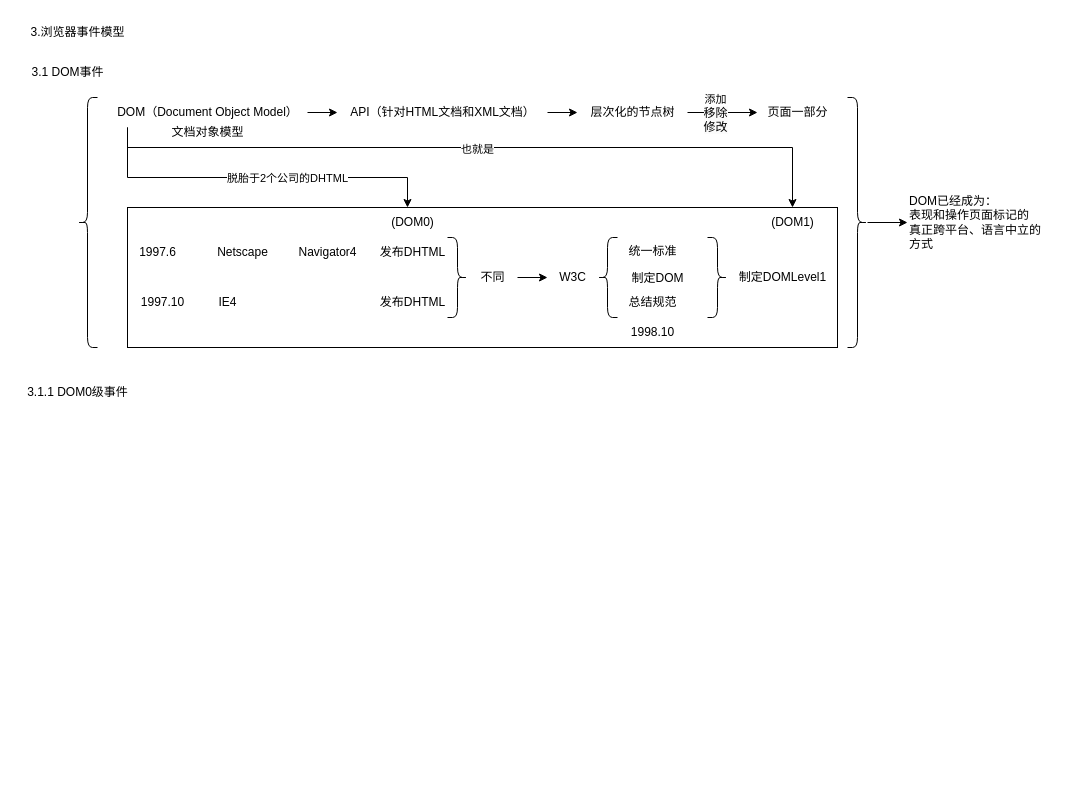
Above: page "lesson4_browser_event_model_requests-浏览器事件模型" (6 of 23) of formal_lessons/imgs/【爪哇教育】web304.drawio in djsz3y/zhaowa-study-notes (draw.io), before the change. Source tidied: cells renumbered, new cells numbered last; positions are measured from the earlier drawing's top-left corner, leaving out a move shared by most shapes. Both pictures are drawn from the tidied source at 100%, with x=0, y=0 at pixel (17, 17).
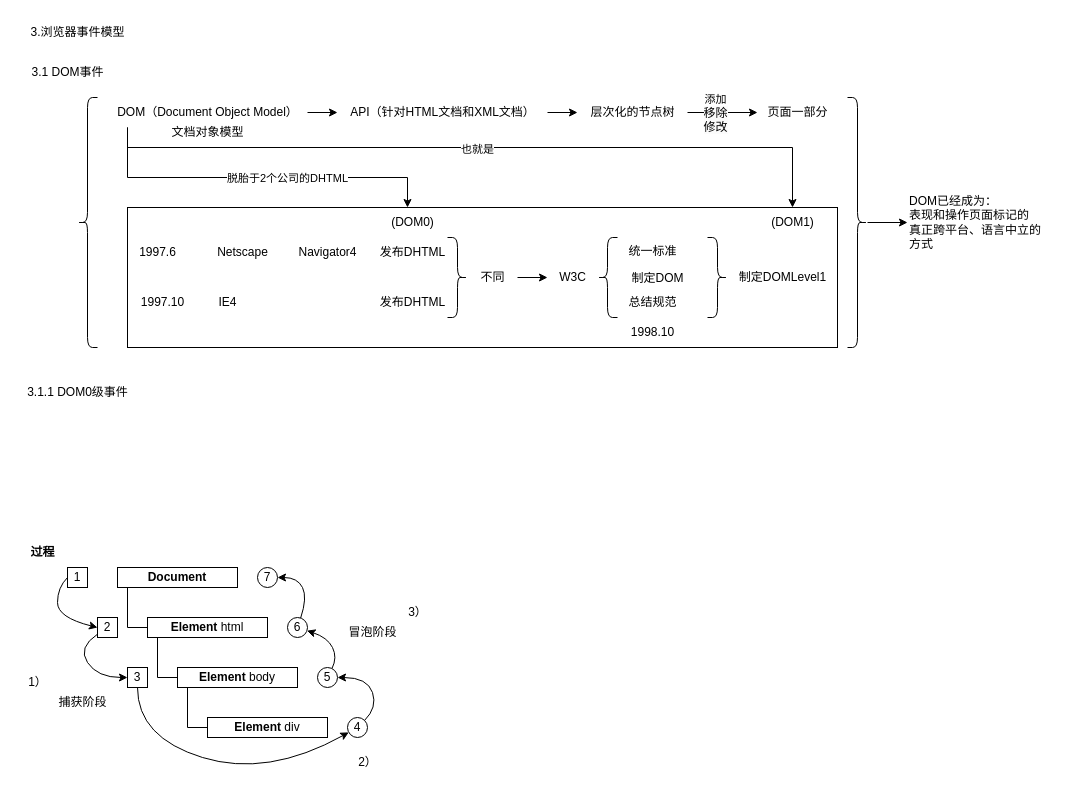
After the change.

Commit message:
更新【爪哇教育】web304.drawio

Diff of the diagram source:
```diff
@@
+    <mxCell id="44" style="group;" parent="1" vertex="1">
+      <mxGeometry y="520" width="420" height="240" as="geometry" />
+    </mxCell>
+    <mxCell id="45" value="过程" style="text;html=1;align=center;verticalAlign=middle;strokeColor=none;fillColor=none;fontStyle=1;" parent="44" vertex="1">
+      <mxGeometry width="50" height="30" as="geometry" />
+    </mxCell>
+    <mxCell id="46" value="&lt;b&gt;Document&lt;/b&gt;" style="rounded=0;whiteSpace=wrap;html=1;" parent="44" vertex="1">
+      <mxGeometry x="100" y="30" width="120" height="20" as="geometry" />
+    </mxCell>
+    <mxCell id="47" value="&lt;b&gt;Element&lt;/b&gt; html" style="rounded=0;whiteSpace=wrap;html=1;" parent="44" vertex="1">
+      <mxGeometry x="130" y="80" width="120" height="20" as="geometry" />
+    </mxCell>
+    <mxCell id="48" value="&lt;b&gt;Element&lt;/b&gt; body" style="rounded=0;whiteSpace=wrap;html=1;" parent="44" vertex="1">
+      <mxGeometry x="160" y="130" width="120" height="20" as="geometry" />
+    </mxCell>
+    <mxCell id="49" value="&lt;b&gt;Element&lt;/b&gt; div" style="rounded=0;whiteSpace=wrap;html=1;" parent="44" vertex="1">
+      <mxGeometry x="190" y="180" width="120" height="20" as="geometry" />
+    </mxCell>
+    <mxCell id="50" style="endArrow=none;html=1;rounded=0;exitX=0;exitY=0.5;exitDx=0;exitDy=0;" parent="44" edge="1" source="47">
+      <mxGeometry relative="1" as="geometry">
+        <mxPoint x="110" y="50" as="targetPoint" />
+        <Array as="points">
+          <mxPoint x="110" y="90" />
+        </Array>
+      </mxGeometry>
+    </mxCell>
+    <mxCell id="51" style="endArrow=none;html=1;rounded=0;exitX=0;exitY=0.5;exitDx=0;exitDy=0;" parent="44" edge="1">
+      <mxGeometry relative="1" as="geometry">
+        <mxPoint x="160" y="140" as="sourcePoint" />
+        <mxPoint x="140" y="100" as="targetPoint" />
+        <Array as="points">
+          <mxPoint x="140" y="140" />
+        </Array>
+      </mxGeometry>
+    </mxCell>
+    <mxCell id="52" style="endArrow=none;html=1;rounded=0;exitX=0;exitY=0.5;exitDx=0;exitDy=0;" parent="44" edge="1">
+      <mxGeometry relative="1" as="geometry">
+        <mxPoint x="190" y="190" as="sourcePoint" />
+        <mxPoint x="170" y="150" as="targetPoint" />
+        <Array as="points">
+          <mxPoint x="170" y="190" />
+        </Array>
+      </mxGeometry>
+    </mxCell>
+    <mxCell id="53" value="1" style="rounded=0;whiteSpace=wrap;html=1;" parent="44" vertex="1">
+      <mxGeometry x="50" y="30" width="20" height="20" as="geometry" />
+    </mxCell>
+    <mxCell id="54" value="2" style="rounded=0;whiteSpace=wrap;html=1;" parent="44" vertex="1">
+      <mxGeometry x="80" y="80" width="20" height="20" as="geometry" />
+    </mxCell>
+    <mxCell id="55" value="3" style="rounded=0;whiteSpace=wrap;html=1;" parent="44" vertex="1">
+      <mxGeometry x="110" y="130" width="20" height="20" as="geometry" />
+    </mxCell>
+    <mxCell id="56" value="4" style="ellipse;whiteSpace=wrap;html=1;" parent="44" vertex="1">
+      <mxGeometry x="330" y="180" width="20" height="20" as="geometry" />
+    </mxCell>
+    <mxCell id="57" style="curved=1;endArrow=classic;html=1;rounded=0;exitX=0;exitY=0.5;exitDx=0;exitDy=0;entryX=0;entryY=0.5;entryDx=0;entryDy=0;" parent="44" edge="1" source="53" target="54">
+      <mxGeometry relative="1" as="geometry">
+        <Array as="points">
+          <mxPoint x="40" y="50" />
+          <mxPoint x="40" y="80" />
+        </Array>
+      </mxGeometry>
+    </mxCell>
+    <mxCell id="58" style="curved=1;endArrow=classic;html=1;rounded=0;" parent="44" edge="1" source="54" target="55">
+      <mxGeometry relative="1" as="geometry">
+        <Array as="points">
+          <mxPoint x="60" y="110" />
+          <mxPoint x="80" y="140" />
+        </Array>
+      </mxGeometry>
+    </mxCell>
+    <mxCell id="59" style="curved=1;endArrow=classic;html=1;rounded=0;" parent="44" edge="1" source="55" target="56">
+      <mxGeometry relative="1" as="geometry">
+        <Array as="points">
+          <mxPoint x="120" y="200" />
+          <mxPoint x="250" y="240" />
+        </Array>
+      </mxGeometry>
+    </mxCell>
+    <mxCell id="60" value="5" style="ellipse;whiteSpace=wrap;html=1;" parent="44" vertex="1">
+      <mxGeometry x="300" y="130" width="20" height="20" as="geometry" />
+    </mxCell>
+    <mxCell id="61" value="6" style="ellipse;whiteSpace=wrap;html=1;" parent="44" vertex="1">
+      <mxGeometry x="270" y="80" width="20" height="20" as="geometry" />
+    </mxCell>
+    <mxCell id="62" value="7" style="ellipse;whiteSpace=wrap;html=1;" parent="44" vertex="1">
+      <mxGeometry x="240" y="30" width="20" height="20" as="geometry" />
+    </mxCell>
+    <mxCell id="63" style="curved=1;endArrow=classic;html=1;rounded=0;" parent="44" edge="1" source="56" target="60">
+      <mxGeometry relative="1" as="geometry">
+        <Array as="points">
+          <mxPoint x="360" y="170" />
+          <mxPoint x="350" y="140" />
+        </Array>
+      </mxGeometry>
+    </mxCell>
+    <mxCell id="64" style="curved=1;endArrow=classic;html=1;rounded=0;" parent="44" edge="1" source="60" target="61">
+      <mxGeometry relative="1" as="geometry">
+        <Array as="points">
+          <mxPoint x="320" y="120" />
+          <mxPoint x="310" y="100" />
+        </Array>
+      </mxGeometry>
+    </mxCell>
+    <mxCell id="65" style="curved=1;endArrow=classic;html=1;rounded=0;" parent="44" edge="1" source="61" target="62">
+      <mxGeometry relative="1" as="geometry">
+        <Array as="points">
+          <mxPoint x="290" y="60" />
+          <mxPoint x="280" y="40" />
+        </Array>
+      </mxGeometry>
+    </mxCell>
+    <mxCell id="66" value="冒泡阶段" style="text;html=1;align=center;verticalAlign=middle;strokeColor=none;fillColor=none;" parent="44" vertex="1">
+      <mxGeometry x="320" y="80" width="70" height="30" as="geometry" />
+    </mxCell>
+    <mxCell id="67" value="捕获阶段" style="text;html=1;align=center;verticalAlign=middle;strokeColor=none;fillColor=none;" parent="44" vertex="1">
+      <mxGeometry x="30" y="150" width="70" height="30" as="geometry" />
+    </mxCell>
+    <mxCell id="68" value="1）" style="text;html=1;align=center;verticalAlign=middle;strokeColor=none;fillColor=none;" parent="44" vertex="1">
+      <mxGeometry y="130" width="40" height="30" as="geometry" />
+    </mxCell>
+    <mxCell id="69" value="3）" style="text;html=1;align=center;verticalAlign=middle;strokeColor=none;fillColor=none;" parent="44" vertex="1">
+      <mxGeometry x="380" y="60" width="40" height="30" as="geometry" />
+    </mxCell>
+    <mxCell id="70" value="2）" style="text;html=1;align=center;verticalAlign=middle;strokeColor=none;fillColor=none;" parent="44" vertex="1">
+      <mxGeometry x="330" y="210" width="40" height="30" as="geometry" />
+    </mxCell>
```
